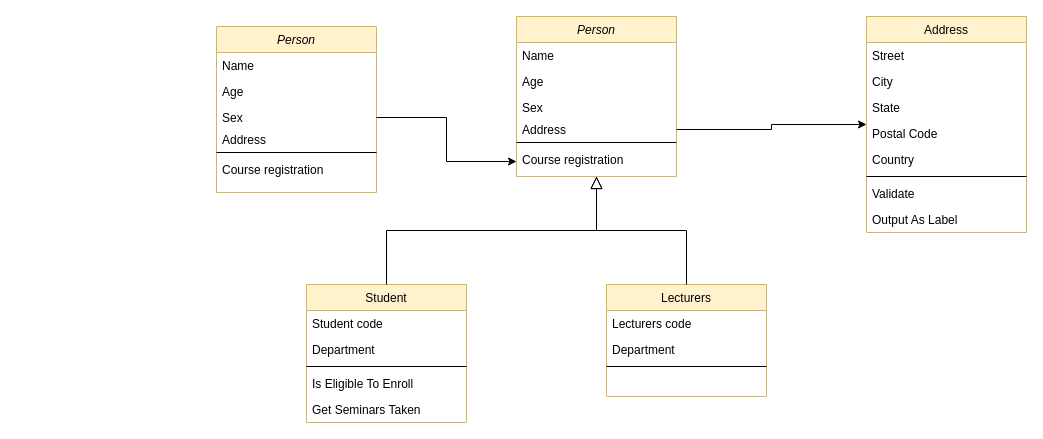
This is Untitled Diagram.drawio from TrungNgoVan/Project_SMSystem, a draw.io file, before an edit. Source tidied: cells renumbered, new cells numbered last; positions are measured from the earlier drawing's top-left corner, leaving out a move shared by most shapes. Both pictures are drawn from the tidied source at 100%, with x=0, y=0 at pixel (216, 16).
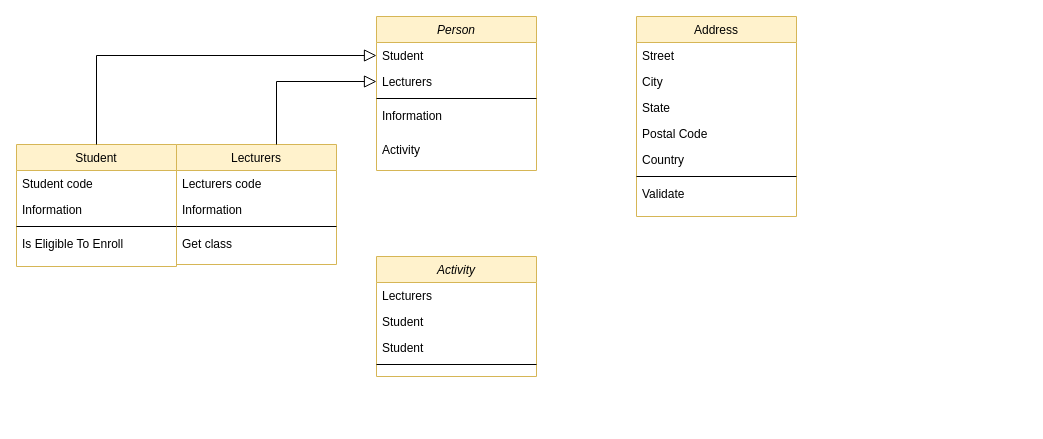
Above is the later version.

Change to the diagram source:
```diff
@@
     <mxCell id="2" value="Person" style="swimlane;fontStyle=2;align=center;verticalAlign=top;horizontal=1;startSize=26;rounded=0;shadow=0;strokeWidth=1;fillColor=#fff2cc;strokeColor=#d6b656;" parent="1" vertex="1">
-      <mxGeometry x="300" width="160" height="160" as="geometry" />
+      <mxGeometry x="160" width="160" height="154" as="geometry" />
     </mxCell>
-    <mxCell id="3" value="Name" style="text;align=left;verticalAlign=top;spacingLeft=4;spacingRight=4;overflow=hidden;points=[[0,0.5],[1,0.5]];portConstraint=eastwest;" parent="2" vertex="1">
+    <mxCell id="3" value="Student" style="text;align=left;verticalAlign=top;spacingLeft=4;spacingRight=4;overflow=hidden;points=[[0,0.5],[1,0.5]];portConstraint=eastwest;" parent="2" vertex="1">
       <mxGeometry y="26" width="160" height="26" as="geometry" />
     </mxCell>
-    <mxCell id="4" value="Age" style="text;align=left;verticalAlign=top;spacingLeft=4;spacingRight=4;overflow=hidden;points=[[0,0.5],[1,0.5]];portConstraint=eastwest;rounded=0;shadow=0;html=0;" parent="2" vertex="1">
+    <mxCell id="4" value="Lecturers" style="text;align=left;verticalAlign=top;spacingLeft=4;spacingRight=4;overflow=hidden;points=[[0,0.5],[1,0.5]];portConstraint=eastwest;rounded=0;shadow=0;html=0;" parent="2" vertex="1">
       <mxGeometry y="52" width="160" height="26" as="geometry" />
     </mxCell>
-    <mxCell id="5" value="Sex" style="text;align=left;verticalAlign=middle;spacingLeft=4;spacingRight=4;overflow=hidden;rounded=0;shadow=0;html=0;" parent="2" vertex="1">
-      <mxGeometry y="78" width="160" height="26" as="geometry" />
-    </mxCell>
-    <mxCell id="6" value="Address" style="text;align=left;verticalAlign=middle;spacingLeft=4;spacingRight=4;overflow=hidden;points=[[0,0.5],[1,0.5]];portConstraint=eastwest;rounded=0;shadow=0;html=0;" parent="2" vertex="1">
-      <mxGeometry y="104" width="160" height="18" as="geometry" />
-    </mxCell>
     <mxCell id="7" style="line;html=1;strokeWidth=1;align=left;verticalAlign=middle;spacingTop=-1;spacingLeft=3;spacingRight=3;labelPosition=right;" parent="2" vertex="1">
-      <mxGeometry y="122" width="160" height="8" as="geometry" />
+      <mxGeometry y="78" width="160" height="8" as="geometry" />
     </mxCell>
-    <mxCell id="8" value="Course registration" style="text;align=left;verticalAlign=top;spacingLeft=4;spacingRight=4;overflow=hidden;points=[[0,0.5],[1,0.5]];portConstraint=eastwest;" parent="2" vertex="1">
-      <mxGeometry y="130" width="160" height="30" as="geometry" />
-    </mxCell>
+    <mxCell id="39" value="Information&#10;" style="text;align=left;verticalAlign=top;spacingLeft=4;spacingRight=4;overflow=hidden;rounded=0;shadow=0;html=0;" parent="2" vertex="1">
+      <mxGeometry y="86" width="160" height="34" as="geometry" />
+    </mxCell>
+    <mxCell id="40" value="Activity" style="text;align=left;verticalAlign=top;spacingLeft=4;spacingRight=4;overflow=hidden;rounded=0;shadow=0;html=0;" parent="2" vertex="1">
+      <mxGeometry y="120" width="160" height="34" as="geometry" />
+    </mxCell>
     <mxCell id="9" value="Student" style="swimlane;fontStyle=0;align=center;verticalAlign=top;horizontal=1;startSize=26;rounded=0;shadow=0;strokeWidth=1;fillColor=#fff2cc;strokeColor=#d6b656;" parent="1" vertex="1">
-      <mxGeometry x="90" y="268" width="160" height="138" as="geometry" />
+      <mxGeometry x="-200" y="128" width="160" height="122" as="geometry" />
     </mxCell>
@@
-    <mxCell id="11" value="Department" style="text;align=left;verticalAlign=top;spacingLeft=4;spacingRight=4;overflow=hidden;rounded=0;shadow=0;html=0;" parent="9" vertex="1">
-      <mxGeometry y="52" width="160" height="26" as="geometry" />
-    </mxCell>
+    <mxCell id="41" value="Information" style="text;align=left;verticalAlign=top;spacingLeft=4;spacingRight=4;overflow=hidden;rounded=0;shadow=0;html=0;" parent="9" vertex="1">
+      <mxGeometry y="52" width="160" height="26" as="geometry" />
+    </mxCell>
@@
-    <mxCell id="14" value="Get Seminars Taken" style="text;align=left;verticalAlign=top;spacingLeft=4;spacingRight=4;overflow=hidden;" parent="9" vertex="1">
-      <mxGeometry y="112" width="160" height="26" as="geometry" />
-    </mxCell>
-    <mxCell id="15" style="endArrow=block;endSize=10;endFill=0;shadow=0;strokeWidth=1;rounded=0;edgeStyle=elbowEdgeStyle;elbow=vertical;" parent="1" edge="1" source="9" target="2">
-      <mxGeometry relative="1" as="geometry" />
+    <mxCell id="15" style="endArrow=block;endSize=10;endFill=0;shadow=0;strokeWidth=1;rounded=0;edgeStyle=elbowEdgeStyle;elbow=vertical;entryX=0;entryY=0.5;entryDx=0;entryDy=0;" parent="1" edge="1" source="9" target="3">
+      <mxGeometry relative="1" as="geometry">
+        <Array as="points">
+          <mxPoint x="30" y="39" />
+        </Array>
+      </mxGeometry>
     </mxCell>
     <mxCell id="16" value="Lecturers" style="swimlane;fontStyle=0;align=center;verticalAlign=top;horizontal=1;startSize=26;rounded=0;shadow=0;strokeWidth=1;fillColor=#fff2cc;strokeColor=#d6b656;" parent="1" vertex="1">
-      <mxGeometry x="390" y="268" width="160" height="112" as="geometry" />
+      <mxGeometry x="-40" y="128" width="160" height="120" as="geometry" />
     </mxCell>
@@
-    <mxCell id="18" value="Department" style="text;align=left;verticalAlign=top;spacingLeft=4;spacingRight=4;overflow=hidden;rounded=0;shadow=0;html=0;" parent="16" vertex="1">
-      <mxGeometry y="52" width="160" height="26" as="geometry" />
-    </mxCell>
+    <mxCell id="42" value="Information" style="text;align=left;verticalAlign=top;spacingLeft=4;spacingRight=4;overflow=hidden;rounded=0;shadow=0;html=0;" parent="16" vertex="1">
+      <mxGeometry y="52" width="160" height="26" as="geometry" />
+    </mxCell>
@@
+    <mxCell id="43" value="Get class" style="text;align=left;verticalAlign=top;spacingLeft=4;spacingRight=4;overflow=hidden;fontStyle=0;" parent="16" vertex="1">
+      <mxGeometry y="86" width="160" height="24" as="geometry" />
+    </mxCell>
-    <mxCell id="20" style="endArrow=block;endSize=10;endFill=0;shadow=0;strokeWidth=1;rounded=0;edgeStyle=elbowEdgeStyle;elbow=vertical;" parent="1" edge="1" source="16" target="2">
-      <mxGeometry relative="1" as="geometry" />
+    <mxCell id="20" style="endArrow=block;endSize=10;endFill=0;shadow=0;strokeWidth=1;rounded=0;edgeStyle=elbowEdgeStyle;elbow=vertical;" parent="1" edge="1" source="16" target="4">
+      <mxGeometry relative="1" as="geometry">
+        <Array as="points">
+          <mxPoint x="60" y="65" />
+          <mxPoint x="60" y="20" />
+        </Array>
+      </mxGeometry>
     </mxCell>
     <mxCell id="21" value="Address" style="swimlane;fontStyle=0;align=center;verticalAlign=top;horizontal=1;startSize=26;rounded=0;shadow=0;strokeWidth=1;fillColor=#fff2cc;strokeColor=#d6b656;" parent="1" vertex="1">
-      <mxGeometry x="650" width="160" height="216" as="geometry" />
+      <mxGeometry x="420" width="160" height="200" as="geometry" />
     </mxCell>
@@
-    <mxCell id="29" value="Output As Label" style="text;align=left;verticalAlign=top;spacingLeft=4;spacingRight=4;overflow=hidden;" parent="21" vertex="1">
-      <mxGeometry y="190" width="160" height="26" as="geometry" />
-    </mxCell>
-    <mxCell id="30" value="Person" style="swimlane;fontStyle=2;align=center;verticalAlign=top;horizontal=1;startSize=26;rounded=0;shadow=0;strokeWidth=1;fillColor=#fff2cc;strokeColor=#d6b656;" parent="1" vertex="1">
-      <mxGeometry y="10" width="160" height="166" as="geometry" />
+    <mxCell id="30" value="Activity" style="swimlane;fontStyle=2;align=center;verticalAlign=top;horizontal=1;startSize=26;rounded=0;shadow=0;strokeWidth=1;fillColor=#fff2cc;strokeColor=#d6b656;" parent="1" vertex="1">
+      <mxGeometry x="160" y="240" width="160" height="120" as="geometry" />
     </mxCell>
+    <mxCell id="32" value="Lecturers" style="text;align=left;verticalAlign=top;spacingLeft=4;spacingRight=4;overflow=hidden;rounded=0;shadow=0;html=0;" parent="30" vertex="1">
+      <mxGeometry y="26" width="160" height="26" as="geometry" />
+    </mxCell>
+    <mxCell id="44" value="Student" style="text;align=left;verticalAlign=top;spacingLeft=4;spacingRight=4;overflow=hidden;" parent="30" vertex="1">
+      <mxGeometry y="52" width="160" height="26" as="geometry" />
+    </mxCell>
-    <mxCell id="31" value="Name" style="text;align=left;verticalAlign=top;spacingLeft=4;spacingRight=4;overflow=hidden;" parent="30" vertex="1">
-      <mxGeometry y="26" width="160" height="26" as="geometry" />
+    <mxCell id="31" value="Student" style="text;align=left;verticalAlign=top;spacingLeft=4;spacingRight=4;overflow=hidden;" parent="30" vertex="1">
+      <mxGeometry y="78" width="160" height="26" as="geometry" />
     </mxCell>
-    <mxCell id="32" value="Age" style="text;align=left;verticalAlign=top;spacingLeft=4;spacingRight=4;overflow=hidden;rounded=0;shadow=0;html=0;" parent="30" vertex="1">
-      <mxGeometry y="52" width="160" height="26" as="geometry" />
-    </mxCell>
-    <mxCell id="33" value="Sex" style="text;align=left;verticalAlign=middle;spacingLeft=4;spacingRight=4;overflow=hidden;points=[[0,0.5],[1,0.5]];portConstraint=eastwest;rounded=0;shadow=0;html=0;" parent="30" vertex="1">
-      <mxGeometry y="78" width="160" height="26" as="geometry" />
-    </mxCell>
-    <mxCell id="34" value="Address" style="text;align=left;verticalAlign=middle;spacingLeft=4;spacingRight=4;overflow=hidden;rounded=0;shadow=0;html=0;" parent="30" vertex="1">
-      <mxGeometry y="104" width="160" height="18" as="geometry" />
-    </mxCell>
     <mxCell id="35" style="line;html=1;strokeWidth=1;align=left;verticalAlign=middle;spacingTop=-1;spacingLeft=3;spacingRight=3;labelPosition=right;" parent="30" vertex="1">
-      <mxGeometry y="122" width="160" height="8" as="geometry" />
+      <mxGeometry y="104" width="160" height="8" as="geometry" />
     </mxCell>
-    <mxCell id="36" value="Course registration" style="text;align=left;verticalAlign=top;spacingLeft=4;spacingRight=4;overflow=hidden;" parent="30" vertex="1">
-      <mxGeometry y="130" width="160" height="16" as="geometry" />
-    </mxCell>
-    <mxCell id="37" style="edgeStyle=orthogonalEdgeStyle;rounded=0;jettySize=auto;html=1;fontSize=13;" parent="1" edge="1" source="33" target="8">
-      <mxGeometry relative="1" as="geometry" />
-    </mxCell>
-    <mxCell id="38" style="edgeStyle=orthogonalEdgeStyle;rounded=0;jettySize=auto;html=1;fontSize=13;" parent="1" edge="1" source="6" target="21">
-      <mxGeometry relative="1" as="geometry" />
-    </mxCell>
```
